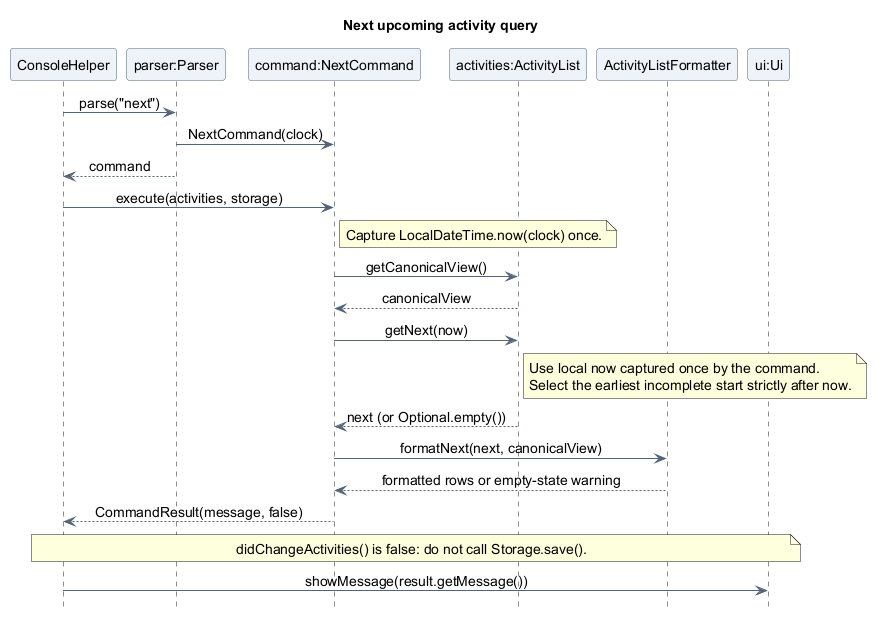
The PlantUML diagram docs/images/asyraf/sequence/NextActivitySequence.png in AY2627S1-CS2113-T10-4/tp, before a commit.
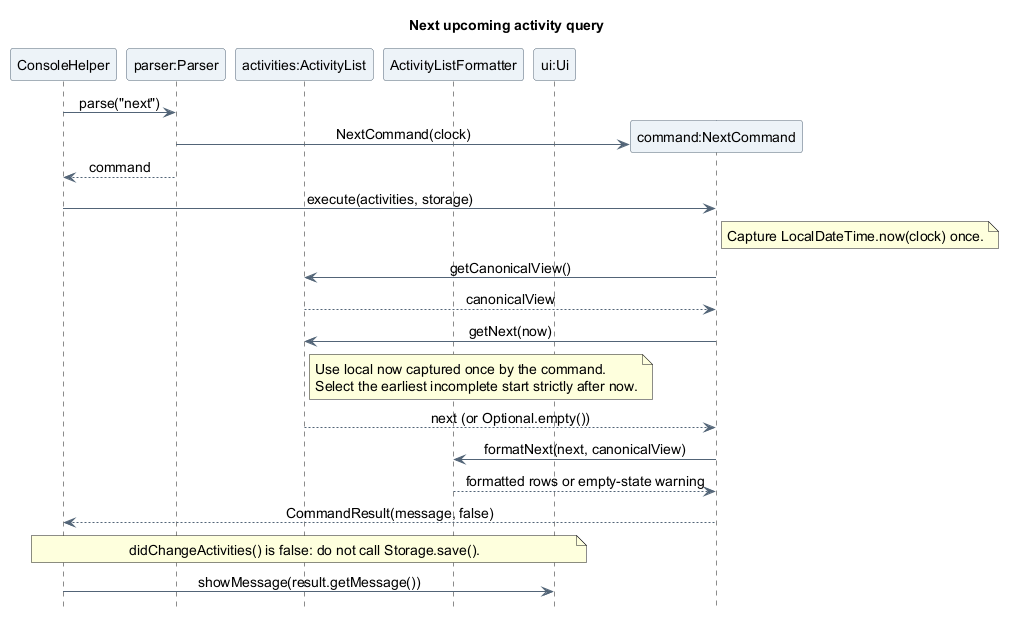
Above is the later version.

Change to the diagram source:
```diff
@@ -12,12 +12,12 @@
 
 participant "ConsoleHelper" as Console
 participant "parser:Parser" as Parser
-participant "command:NextCommand" as Query
 participant "activities:ActivityList" as Activities
 participant "ActivityListFormatter" as Formatter
 participant "ui:Ui" as UI
 
 Console -> Parser : parse("next")
+create participant "command:NextCommand" as Query
 Parser -> Query : NextCommand(clock)
 Parser --> Console : command
 Console -> Query : execute(activities, storage)
```
